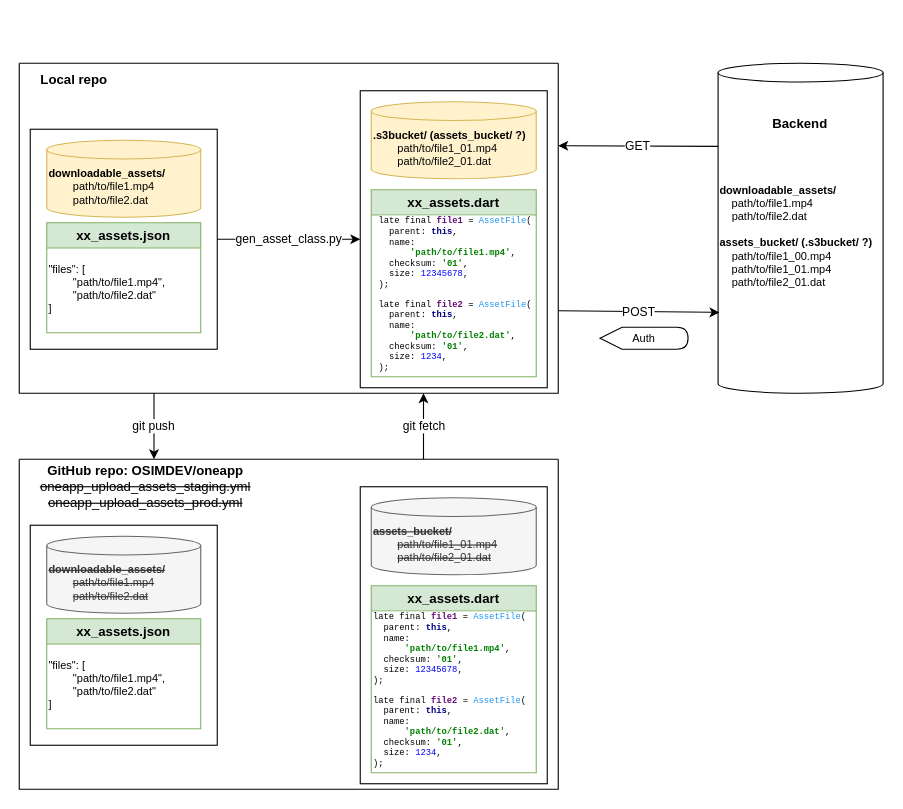
The draw.io diagram page "proposed new workflow" (2 of 3) of Untitled Diagram.drawio in benjamin-tan-osim/diagrams, before the edit. Source tidied: cells renumbered, new cells numbered last; positions are measured from the earlier drawing's top-left corner, leaving out a move shared by most shapes. Both pictures are drawn from the tidied source at 110%, with x=0, y=0 at pixel (19, 63).
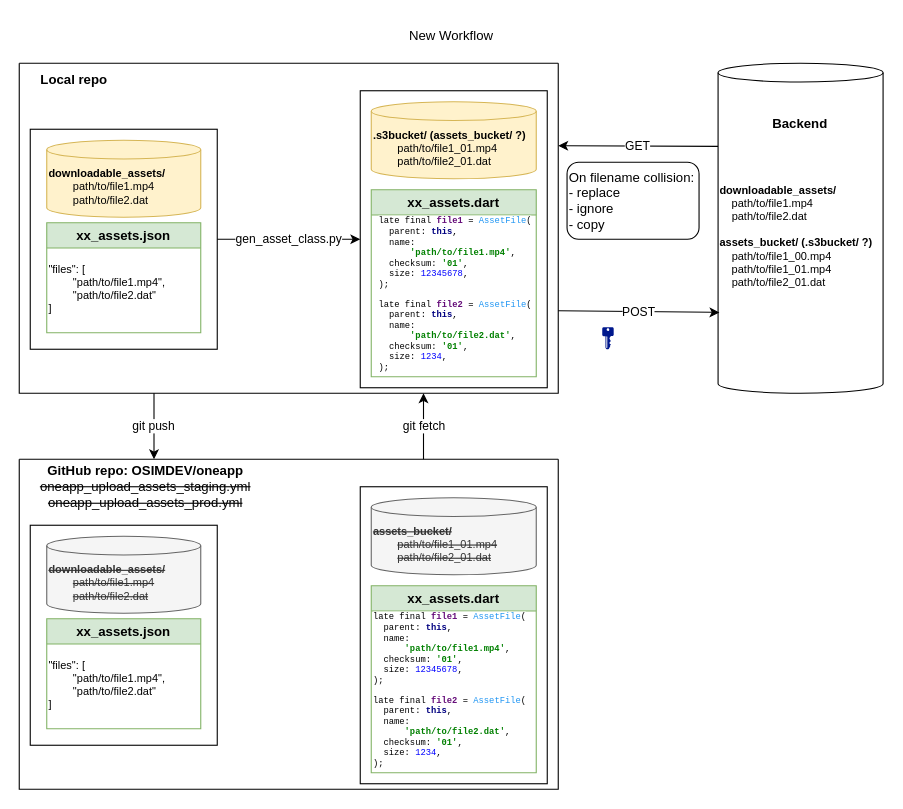
The same diagram, later.

What changed in the source:
```diff
@@
-    <mxCell id="29" value="&lt;b style=&quot;border-color: var(--border-color);&quot;&gt;downloadable_assets/&lt;/b&gt;&lt;br style=&quot;border-color: var(--border-color);&quot;&gt;&amp;nbsp; &amp;nbsp; path/to/file1.mp4&lt;br style=&quot;border-color: var(--border-color);&quot;&gt;&lt;span style=&quot;border-color: var(--border-color);&quot;&gt;&lt;span style=&quot;white-space: pre;&quot;&gt;&amp;nbsp;&amp;nbsp;&amp;nbsp;&amp;nbsp;&lt;/span&gt;&lt;/span&gt;path/to/file2.dat&lt;b style=&quot;font-size: 10px;&quot;&gt;&lt;br&gt;&lt;br&gt;assets_bucket/ (.s3bucket/ ?)&lt;/b&gt;&lt;br style=&quot;font-size: 10px;&quot;&gt;&lt;span style=&quot;font-size: 10px;&quot;&gt;&lt;span style=&quot;&quot;&gt;&amp;nbsp;&amp;nbsp;&amp;nbsp;&amp;nbsp;&lt;/span&gt;&lt;/span&gt;path/to/file1_00.mp4&lt;br&gt;&amp;nbsp; &amp;nbsp; path/to/file1_01.mp4&lt;br style=&quot;border-color: var(--border-color);&quot;&gt;&lt;span style=&quot;font-size: 10px;&quot;&gt;&lt;span style=&quot;&quot;&gt;&amp;nbsp;&amp;nbsp;&amp;nbsp;&amp;nbsp;&lt;/span&gt;&lt;/span&gt;path/to/file2_01.dat" style="shape=cylinder3;whiteSpace=wrap;html=1;boundedLbl=1;backgroundOutline=1;size=8.555555555555486;align=left;fontSize=10;" parent="1" vertex="1">
+    <mxCell id="29" value="&lt;b style=&quot;border-color: var(--border-color);&quot;&gt;downloadable_assets/&lt;/b&gt;&lt;br style=&quot;border-color: var(--border-color);&quot;&gt;&#9;&amp;nbsp; &amp;nbsp; path/to/file1.mp4&lt;br style=&quot;border-color: var(--border-color);&quot;&gt;&lt;span style=&quot;border-color: var(--border-color);&quot;&gt;&lt;span style=&quot;white-space: pre;&quot;&gt;&amp;nbsp;&amp;nbsp;&amp;nbsp;&amp;nbsp;&lt;/span&gt;&lt;/span&gt;path/to/file2.dat&lt;b style=&quot;font-size: 10px;&quot;&gt;&lt;br&gt;&lt;br&gt;assets_bucket/ (.s3bucket/ ?)&lt;/b&gt;&lt;br style=&quot;font-size: 10px;&quot;&gt;&lt;span style=&quot;font-size: 10px;&quot;&gt;&lt;span style=&quot;&quot;&gt;&amp;nbsp;&amp;nbsp;&amp;nbsp;&amp;nbsp;&lt;/span&gt;&lt;/span&gt;path/to/file1_00.mp4&lt;br&gt;&amp;nbsp; &amp;nbsp; path/to/file1_01.mp4&lt;br style=&quot;border-color: var(--border-color);&quot;&gt;&lt;span style=&quot;font-size: 10px;&quot;&gt;&lt;span style=&quot;&quot;&gt;&amp;nbsp;&amp;nbsp;&amp;nbsp;&amp;nbsp;&lt;/span&gt;&lt;/span&gt;path/to/file2_01.dat" style="shape=cylinder3;whiteSpace=wrap;html=1;boundedLbl=1;backgroundOutline=1;size=8.555555555555486;align=left;fontSize=10;" parent="1" vertex="1">
       <mxGeometry x="635.3" width="150" height="300" as="geometry" />
     </mxCell>
@@
-    <mxCell id="31" value="Auth" style="shape=display;whiteSpace=wrap;html=1;fontSize=10;" parent="1" vertex="1">
-      <mxGeometry x="528" y="240" width="80" height="20" as="geometry" />
-    </mxCell>
@@
+    <mxCell id="36" style="sketch=0;shadow=0;dashed=0;html=1;strokeColor=none;labelPosition=center;verticalLabelPosition=bottom;verticalAlign=top;align=center;fillColor=#00188D;shape=mxgraph.mscae.enterprise.key_permissions;" parent="1" vertex="1">
+      <mxGeometry x="530" y="240" width="10.4" height="20" as="geometry" />
+    </mxCell>
+    <mxCell id="37" value="On filename collision:&lt;br&gt;- replace&lt;br&gt;- ignore&lt;br&gt;- copy" style="rounded=1;whiteSpace=wrap;html=1;align=left;" parent="1" vertex="1">
+      <mxGeometry x="498" y="90" width="120" height="70" as="geometry" />
+    </mxCell>
+    <mxCell id="38" value="New Workflow" style="text;html=1;strokeColor=none;fillColor=none;align=center;verticalAlign=middle;whiteSpace=wrap;rounded=0;" parent="1" vertex="1">
+      <mxGeometry x="334" y="-40" width="118" height="30" as="geometry" />
+    </mxCell>
```
